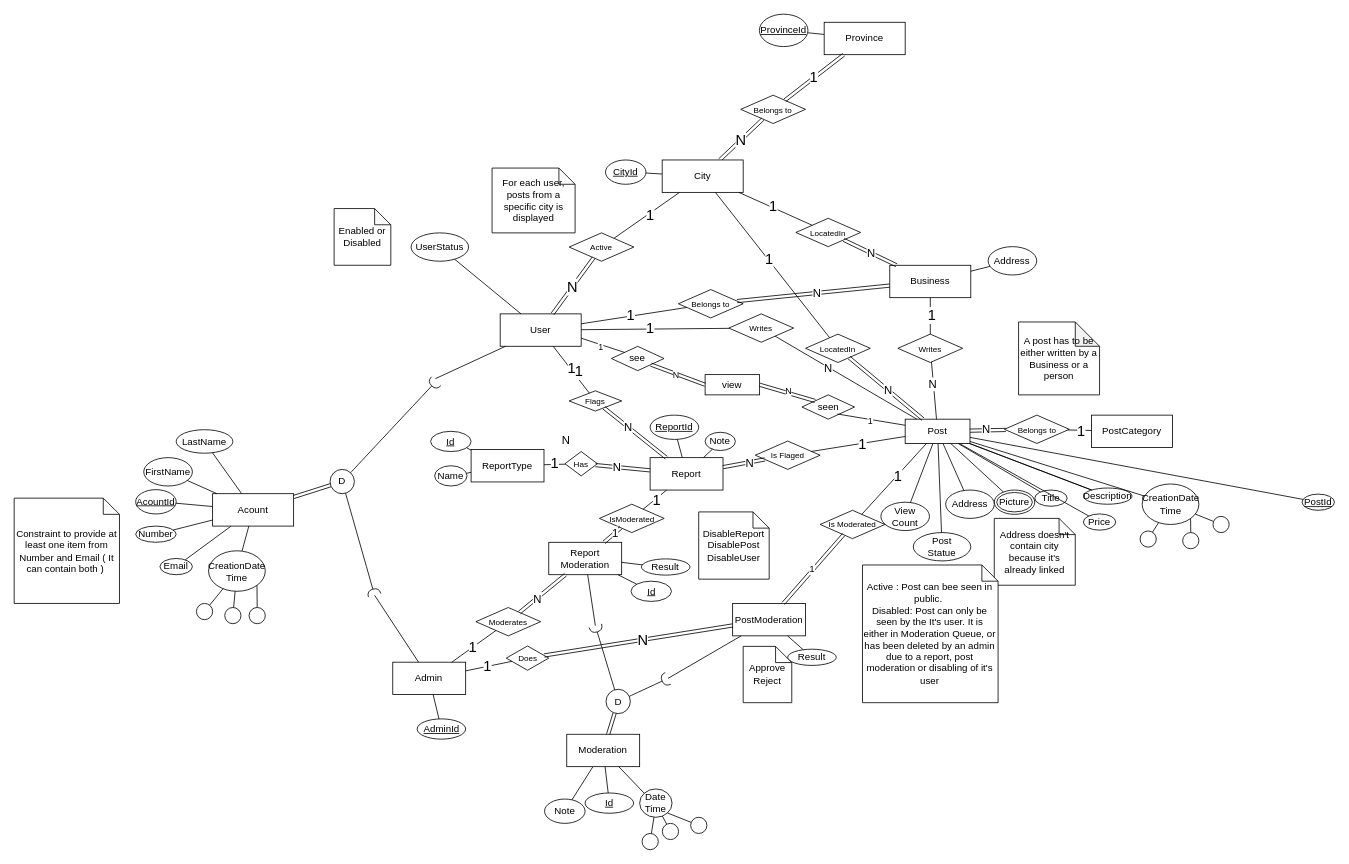
Earlier version of the draw.io diagram Project.drawio (khebrati/HamsellDatabase). Source tidied: cells renumbered, new cells numbered last; positions are measured from the earlier drawing's top-left corner, leaving out a move shared by most shapes. Both pictures are drawn from the tidied source at 81%, with x=0, y=0 at pixel (14, 14).
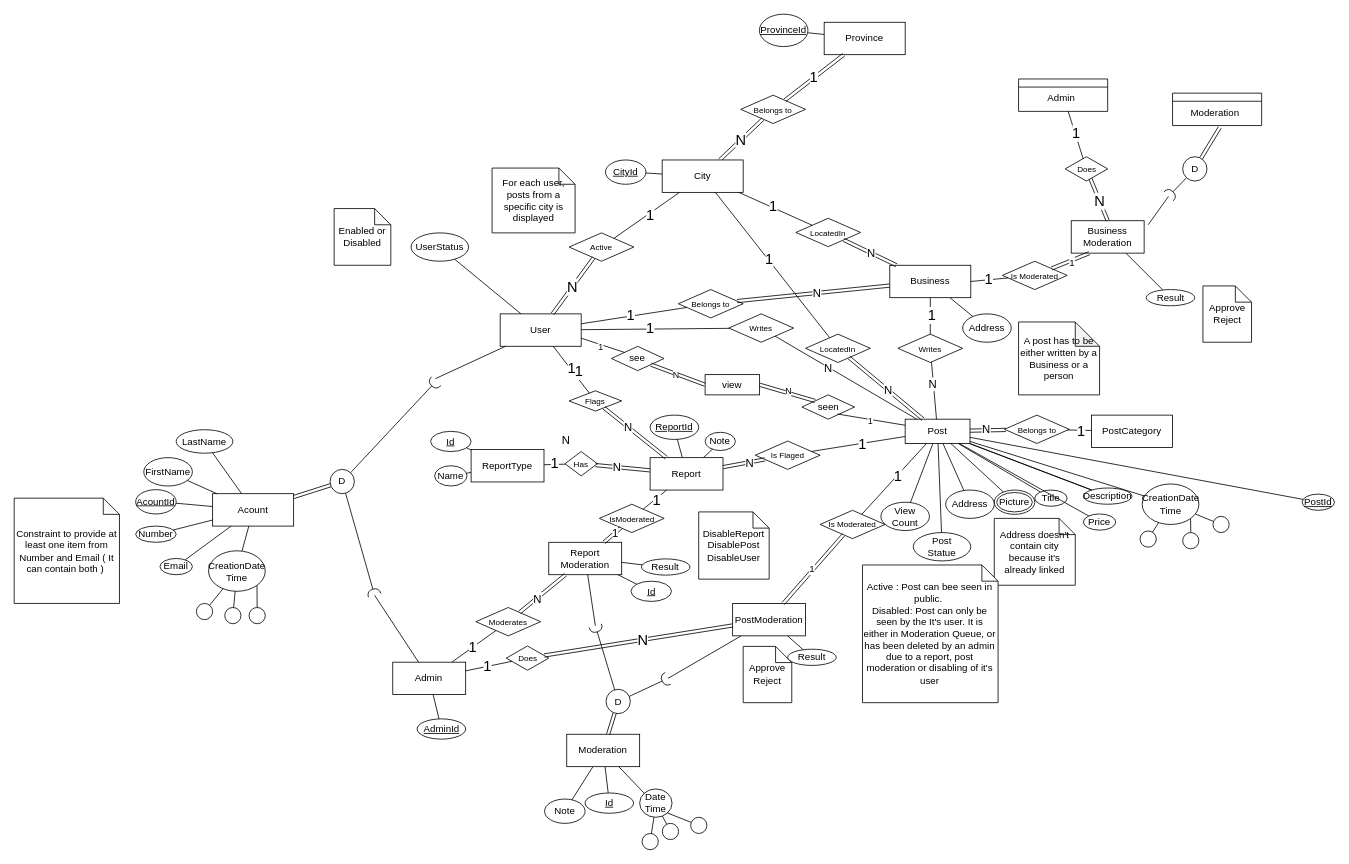
After the change.

Commit message:
Business Moderation added

Unchanged cells that the change refers to:
```xml
<mxCell id="170" value="Business" style="whiteSpace=wrap;html=1;align=center;" parent="1" vertex="1">
  <mxGeometry x="1081" y="310" width="100" height="40" as="geometry" />
</mxCell>
```

What changed in the source:
```diff
@@
     <mxCell id="186" value="Address" style="ellipse;whiteSpace=wrap;html=1;align=center;" parent="1" vertex="1">
-      <mxGeometry x="1202.4" y="287" width="60" height="35" as="geometry" />
+      <mxGeometry x="1171" y="370" width="60" height="35" as="geometry" />
     </mxCell>
@@
+    <mxCell id="223" style="swimlane;fontStyle=0;horizontal=1;startSize=10;align=center;fontSize=14;" parent="1" vertex="1">
+      <mxGeometry x="1430.1" y="97.5" width="110" height="40" as="geometry" />
+    </mxCell>
+    <mxCell id="224" value="&amp;nbsp; &amp;nbsp; &amp;nbsp;Moderation" style="text;strokeColor=none;fillColor=none;spacingLeft=4;spacingRight=4;overflow=hidden;points=[[0,0.5],[1,0.5]];portConstraint=eastwest;fontSize=12;whiteSpace=wrap;html=1;" parent="223" vertex="1">
+      <mxGeometry y="10" width="110" height="30" as="geometry" />
+    </mxCell>
+    <mxCell id="225" style="html=1;whiteSpace=wrap;align=right;verticalAlign=bottom;" parent="1" vertex="1">
+      <mxGeometry x="1302.6" y="300.5" as="geometry">
+        <mxPoint x="-11" y="50" as="offset" />
+      </mxGeometry>
+    </mxCell>
+    <mxCell id="226" value="D" style="ellipse;whiteSpace=wrap;html=1;align=center;" parent="1" vertex="1">
+      <mxGeometry x="1442.6" y="176" width="30" height="30" as="geometry" />
+    </mxCell>
+    <mxCell id="227" style="shape=link;html=1;rounded=0;entryX=0.53;entryY=1.077;entryDx=0;entryDy=0;entryPerimeter=0;" parent="1" edge="1" source="226" target="224">
+      <mxGeometry relative="1" as="geometry" />
+    </mxCell>
+    <mxCell id="228" style="ellipse;whiteSpace=wrap;html=1;align=center;fillColor=none;strokeColor=none;perimeter=centerPerimeter;" parent="1" vertex="1">
+      <mxGeometry x="1457.6" y="186" width="10" height="10" as="geometry" />
+    </mxCell>
+    <mxCell id="229" style="rounded=0;jettySize=auto;html=1;endArrow=halfCircle;endFill=0;endSize=6;strokeWidth=1;sketch=0;fontSize=12;curved=1;entryX=1;entryY=1;entryDx=0;entryDy=0;entryPerimeter=0;" parent="1" edge="1" source="226" target="231">
+      <mxGeometry relative="1" as="geometry" />
+    </mxCell>
+    <mxCell id="230" style="endArrow=none;html=1;rounded=0;entryX=0.753;entryY=-0.26;entryDx=0;entryDy=0;entryPerimeter=0;" parent="1" edge="1" target="231">
+      <mxGeometry relative="1" as="geometry">
+        <mxPoint x="1400" y="260" as="sourcePoint" />
+      </mxGeometry>
+    </mxCell>
+    <mxCell id="231" style="ellipse;whiteSpace=wrap;html=1;align=center;fillColor=none;strokeColor=none;perimeter=centerPerimeter;points=[];outlineConnect=1;" parent="1" vertex="1">
+      <mxGeometry x="1420.1" y="220" width="10" height="10" as="geometry" />
+    </mxCell>
+    <mxCell id="232" value="Business&lt;div&gt;Moderation&lt;/div&gt;" style="whiteSpace=wrap;html=1;align=center;" parent="1" vertex="1">
+      <mxGeometry x="1305" y="255" width="90" height="40" as="geometry" />
+    </mxCell>
+    <mxCell id="233" value="&lt;font style=&quot;font-size: 10px;&quot;&gt;Is Moderated&lt;/font&gt;" style="shape=rhombus;perimeter=rhombusPerimeter;whiteSpace=wrap;html=1;align=center;" parent="1" vertex="1">
+      <mxGeometry x="1220" y="305" width="80" height="35" as="geometry" />
+    </mxCell>
+    <mxCell id="234" style="endArrow=none;html=1;rounded=0;entryX=1;entryY=0.5;entryDx=0;entryDy=0;" parent="1" edge="1" source="233" target="170">
+      <mxGeometry relative="1" as="geometry" />
+    </mxCell>
+    <mxCell id="235" value="&lt;font style=&quot;font-size: 18px;&quot;&gt;1&lt;/font&gt;" style="edgeLabel;html=1;align=center;verticalAlign=middle;" parent="234" vertex="1">
+      <mxGeometry x="0.08" y="-1" relative="1" as="geometry" />
+    </mxCell>
+    <mxCell id="236" style="shape=link;html=1;rounded=0;fontSize=12;startSize=8;endSize=8;curved=1;exitX=0.25;exitY=1;exitDx=0;exitDy=0;" parent="1" edge="1" source="232" target="233">
+      <mxGeometry relative="1" as="geometry" />
+    </mxCell>
+    <mxCell id="237" value="1" style="edgeLabel;html=1;align=center;verticalAlign=middle;fontSize=12;" parent="236" vertex="1">
+      <mxGeometry y="2" relative="1" as="geometry" />
+    </mxCell>
+    <mxCell id="238" value="Result" style="ellipse;whiteSpace=wrap;html=1;align=center;" parent="1" vertex="1">
+      <mxGeometry x="1397.6" y="340" width="59.9" height="20" as="geometry" />
+    </mxCell>
+    <mxCell id="239" style="endArrow=none;html=1;rounded=0;entryX=0.75;entryY=1;entryDx=0;entryDy=0;" parent="1" edge="1" source="238" target="232">
+      <mxGeometry relative="1" as="geometry" />
+    </mxCell>
+    <mxCell id="240" value="Approve&lt;div&gt;Reject&lt;/div&gt;" style="shape=note;size=20;whiteSpace=wrap;html=1;" parent="1" vertex="1">
+      <mxGeometry x="1467.6" y="335.5" width="60" height="69.5" as="geometry" />
+    </mxCell>
+    <mxCell id="241" style="swimlane;fontStyle=0;horizontal=1;startSize=10;align=center;fontSize=14;" parent="1" vertex="1">
+      <mxGeometry x="1240" y="80" width="110" height="40" as="geometry" />
+    </mxCell>
+    <mxCell id="242" value="&amp;nbsp; &amp;nbsp; &amp;nbsp; &amp;nbsp; &amp;nbsp;Admin" style="text;strokeColor=none;fillColor=none;spacingLeft=4;spacingRight=4;overflow=hidden;points=[[0,0.5],[1,0.5]];portConstraint=eastwest;fontSize=12;whiteSpace=wrap;html=1;" parent="241" vertex="1">
+      <mxGeometry y="10" width="110" height="30" as="geometry" />
+    </mxCell>
+    <mxCell id="243" value="&lt;font style=&quot;font-size: 10px;&quot;&gt;Does&lt;/font&gt;" style="shape=rhombus;perimeter=rhombusPerimeter;whiteSpace=wrap;html=1;align=center;" parent="1" vertex="1">
+      <mxGeometry x="1297.5" y="176" width="52.5" height="30" as="geometry" />
+    </mxCell>
+    <mxCell id="244" style="shape=link;html=1;rounded=0;exitX=0.5;exitY=0;exitDx=0;exitDy=0;" parent="1" edge="1" source="232" target="243">
+      <mxGeometry relative="1" as="geometry" />
+    </mxCell>
+    <mxCell id="245" value="&lt;font style=&quot;font-size: 18px;&quot;&gt;N&lt;/font&gt;" style="edgeLabel;html=1;align=center;verticalAlign=middle;" parent="244" vertex="1">
+      <mxGeometry x="-0.04" relative="1" as="geometry" />
+    </mxCell>
+    <mxCell id="246" style="endArrow=none;html=1;rounded=0;entryX=0.556;entryY=0.993;entryDx=0;entryDy=0;entryPerimeter=0;" parent="1" edge="1" source="243" target="242">
+      <mxGeometry relative="1" as="geometry" />
+    </mxCell>
+    <mxCell id="247" value="&lt;font style=&quot;font-size: 18px;&quot;&gt;1&lt;/font&gt;" style="edgeLabel;html=1;align=center;verticalAlign=middle;" parent="246" vertex="1">
+      <mxGeometry x="0.08" y="-1" relative="1" as="geometry" />
+    </mxCell>
```
